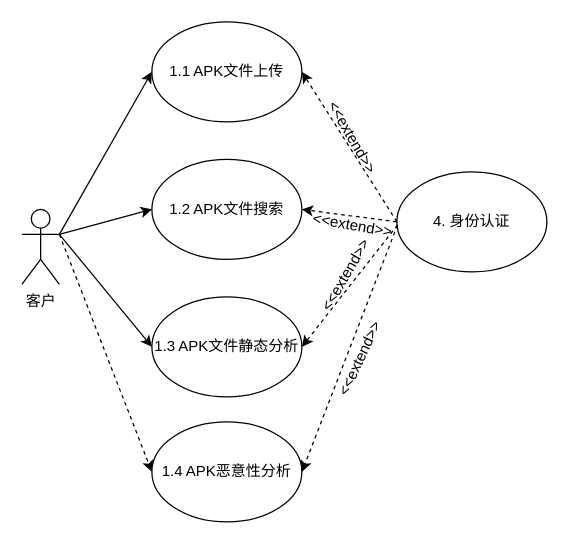
This is 需求分析2.drawio from sunray42/diagrams, a draw.io file, before an edit. Source tidied: cells renumbered, new cells numbered last; positions are measured from the earlier drawing's top-left corner, leaving out a move shared by most shapes. Both pictures are drawn from the tidied source at 125%, with x=0, y=0 at pixel (21, 21).
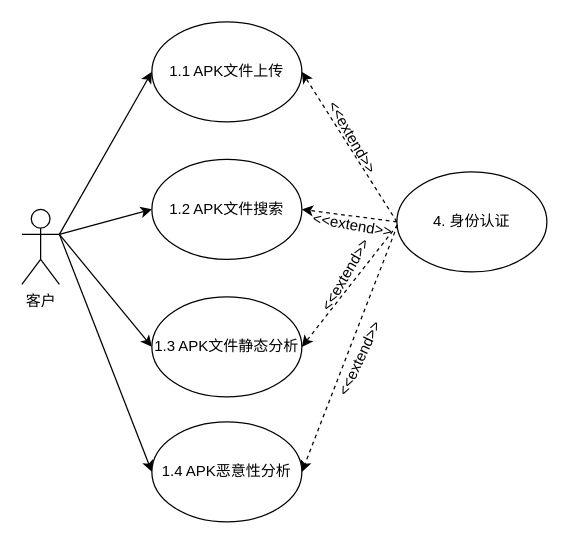
After the change.

Commit message:
更新需求分析2.drawio

Change to the diagram source:
```diff
@@
 <mxGraphModel>
   <root>
     <mxCell id="0" />
     <mxCell id="1" parent="0" />
     <mxCell id="2" style="rounded=0;jettySize=auto;html=1;exitX=1;exitY=0.3333333333333333;exitDx=0;exitDy=0;exitPerimeter=0;entryX=0;entryY=0.5;entryDx=0;entryDy=0;" parent="1" edge="1" source="6" target="7">
       <mxGeometry relative="1" as="geometry" />
     </mxCell>
     <mxCell id="3" style="rounded=0;jettySize=auto;html=1;exitX=1;exitY=0.3333333333333333;exitDx=0;exitDy=0;exitPerimeter=0;entryX=0;entryY=0.5;entryDx=0;entryDy=0;" parent="1" edge="1" source="6" target="8">
       <mxGeometry relative="1" as="geometry" />
     </mxCell>
     <mxCell id="4" style="rounded=0;jettySize=auto;html=1;exitX=1;exitY=0.3333333333333333;exitDx=0;exitDy=0;exitPerimeter=0;entryX=0;entryY=0.5;entryDx=0;entryDy=0;" parent="1" edge="1" source="6" target="16">
       <mxGeometry relative="1" as="geometry" />
     </mxCell>
-    <mxCell id="5" style="rounded=0;jettySize=auto;html=1;exitX=1;exitY=0.3333333333333333;exitDx=0;exitDy=0;exitPerimeter=0;entryX=0;entryY=0.5;entryDx=0;entryDy=0;dashed=1;" parent="1" edge="1" source="6" target="18">
+    <mxCell id="5" style="rounded=0;jettySize=auto;html=1;exitX=1;exitY=0.3333333333333333;exitDx=0;exitDy=0;exitPerimeter=0;entryX=0;entryY=0.5;entryDx=0;entryDy=0;" parent="1" edge="1" source="6" target="18">
       <mxGeometry relative="1" as="geometry" />
     </mxCell>
     <mxCell id="6" value="客户" style="shape=umlActor;verticalLabelPosition=bottom;verticalAlign=top;html=1;outlineConnect=0;" parent="1" vertex="1">
       <mxGeometry y="150" width="30" height="60" as="geometry" />
     </mxCell>
     <mxCell id="7" value="1.1 APK文件上传" style="ellipse;whiteSpace=wrap;html=1;" parent="1" vertex="1">
       <mxGeometry x="104" width="120" height="80" as="geometry" />
     </mxCell>
     <mxCell id="8" value="1.2 APK文件搜索" style="ellipse;whiteSpace=wrap;html=1;" parent="1" vertex="1">
       <mxGeometry x="104" y="110" width="120" height="80" as="geometry" />
     </mxCell>
     <mxCell id="9" style="rounded=0;jettySize=auto;html=1;exitX=0;exitY=0.5;exitDx=0;exitDy=0;entryX=1;entryY=0.5;entryDx=0;entryDy=0;dashed=1;" parent="1" edge="1" source="11" target="7">
       <mxGeometry relative="1" as="geometry" />
     </mxCell>
     <mxCell id="10" style="rounded=0;jettySize=auto;html=1;exitX=0;exitY=0.5;exitDx=0;exitDy=0;entryX=1;entryY=0.5;entryDx=0;entryDy=0;dashed=1;" parent="1" edge="1" source="11" target="8">
       <mxGeometry relative="1" as="geometry" />
     </mxCell>
     <mxCell id="11" value="4. 身份认证" style="ellipse;whiteSpace=wrap;html=1;" parent="1" vertex="1">
       <mxGeometry x="300" y="120" width="120" height="80" as="geometry" />
     </mxCell>
     <mxCell id="12" value="&amp;lt;&amp;lt;extend&amp;gt;&amp;gt;" style="text;html=1;strokeColor=none;fillColor=none;align=center;verticalAlign=middle;whiteSpace=wrap;rounded=0;rotation=60;" parent="1" vertex="1">
       <mxGeometry x="230" y="80" width="70" height="25" as="geometry" />
     </mxCell>
     <mxCell id="13" style="rounded=0;jettySize=auto;html=1;exitX=1;exitY=0.25;exitDx=0;exitDy=0;entryX=1;entryY=0.5;entryDx=0;entryDy=0;dashed=1;" parent="1" edge="1" source="15" target="16">
       <mxGeometry relative="1" as="geometry" />
     </mxCell>
     <mxCell id="14" style="rounded=0;jettySize=auto;html=1;exitX=1;exitY=0.25;exitDx=0;exitDy=0;entryX=1;entryY=0.5;entryDx=0;entryDy=0;dashed=1;" parent="1" edge="1" source="15" target="18">
       <mxGeometry relative="1" as="geometry" />
     </mxCell>
     <mxCell id="15" value="&amp;lt;&amp;lt;extend&amp;gt;&amp;gt;" style="text;html=1;strokeColor=none;fillColor=none;align=center;verticalAlign=middle;whiteSpace=wrap;rounded=0;rotation=10;" parent="1" vertex="1">
       <mxGeometry x="230" y="150" width="70" height="25" as="geometry" />
     </mxCell>
     <mxCell id="16" value="1.3 APK文件静态分析" style="ellipse;whiteSpace=wrap;html=1;" parent="1" vertex="1">
       <mxGeometry x="104" y="220" width="120" height="80" as="geometry" />
     </mxCell>
     <mxCell id="17" value="&amp;lt;&amp;lt;extend&amp;gt;&amp;gt;" style="text;html=1;strokeColor=none;fillColor=none;align=center;verticalAlign=middle;whiteSpace=wrap;rounded=0;rotation=-60;" parent="1" vertex="1">
       <mxGeometry x="224" y="190" width="70" height="25" as="geometry" />
     </mxCell>
     <mxCell id="18" value="1.4 APK恶意性分析" style="ellipse;whiteSpace=wrap;html=1;" parent="1" vertex="1">
       <mxGeometry x="104" y="320" width="120" height="80" as="geometry" />
     </mxCell>
     <mxCell id="19" value="&amp;lt;&amp;lt;extend&amp;gt;&amp;gt;" style="text;html=1;strokeColor=none;fillColor=none;align=center;verticalAlign=middle;whiteSpace=wrap;rounded=0;rotation=-65;" parent="1" vertex="1">
       <mxGeometry x="232.5" y="257.4" width="76" height="25" as="geometry" />
     </mxCell>
   </root>
 </mxGraphModel>
```
